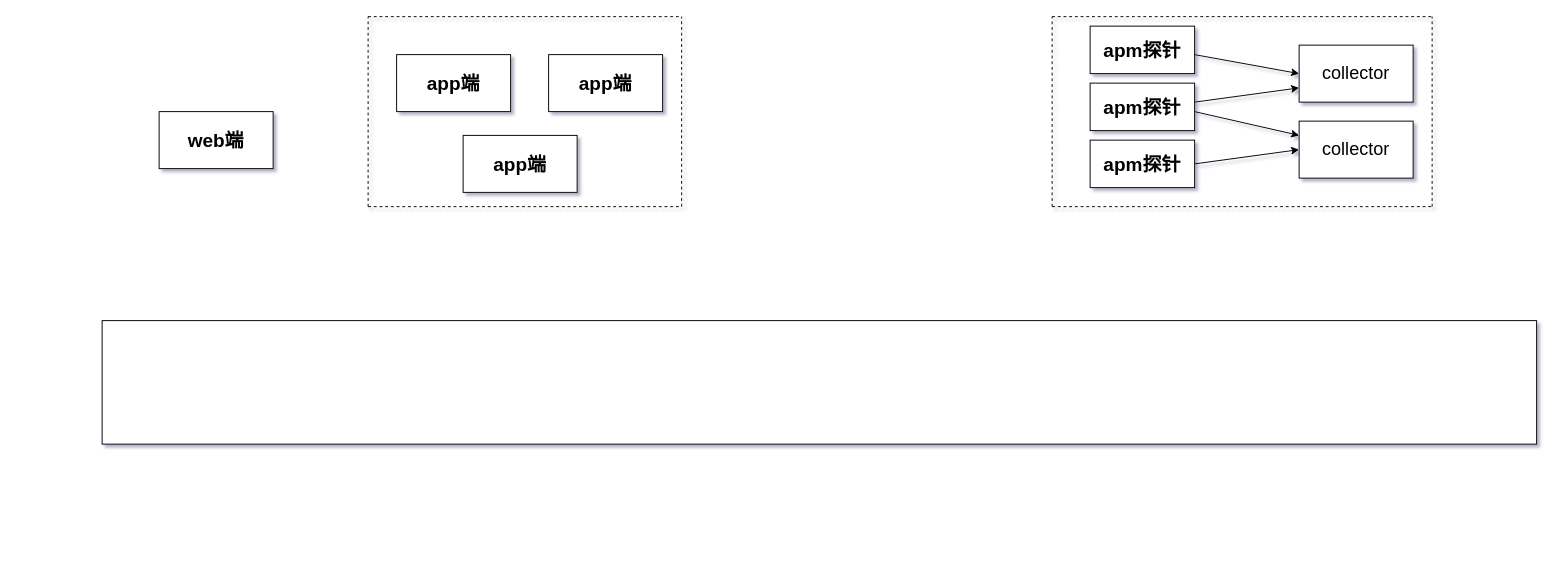
Above: 未命名绘图.drawio in zeng0550/free-programming-books (draw.io), before the change. Source tidied: cells renumbered, new cells numbered last; positions are measured from the earlier drawing's top-left corner, leaving out a move shared by most shapes. Both pictures are drawn from the tidied source at 95%, with x=0, y=0 at pixel (102, 16).
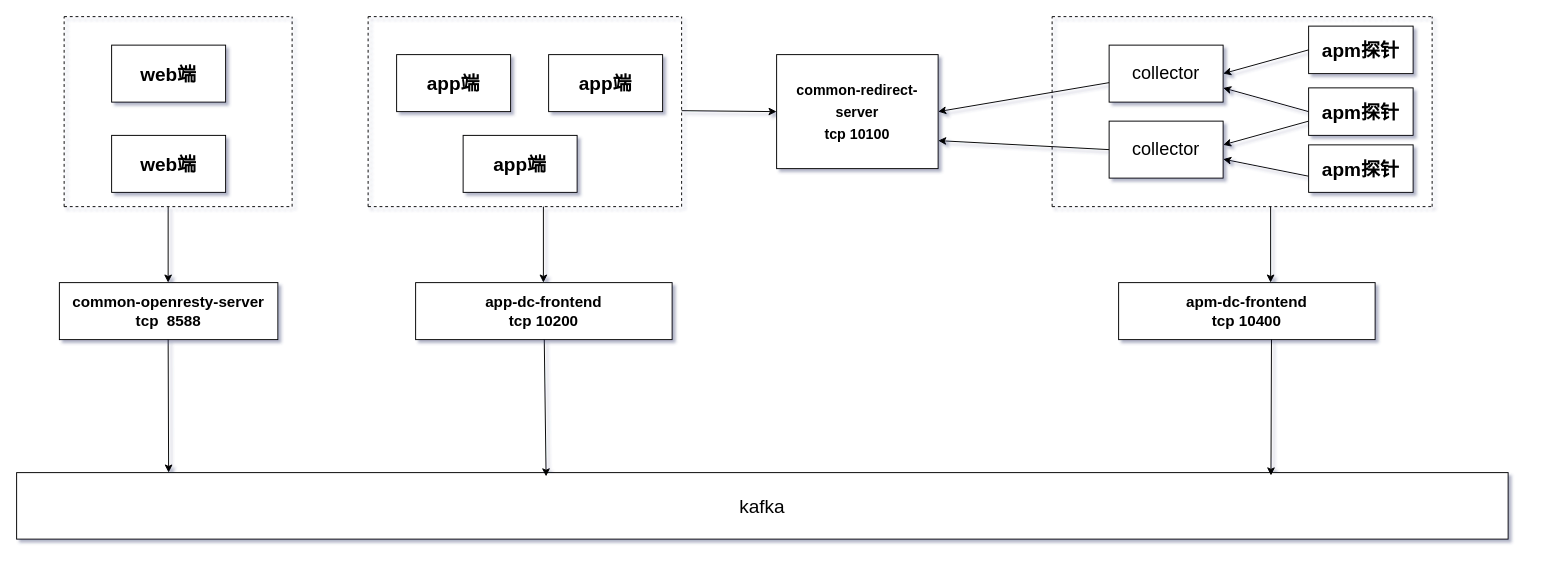
After the change.

Diff of the diagram source:
```diff
@@
     <mxCell id="3" value="&lt;b&gt;web端&lt;/b&gt;" style="rounded=0;whiteSpace=wrap;html=1;fontSize=20;" parent="1" vertex="1">
-      <mxGeometry x="60" y="100" width="120" height="60" as="geometry" />
+      <mxGeometry x="10" y="30" width="120" height="60" as="geometry" />
     </mxCell>
     <mxCell id="4" value="&lt;b&gt;apm探针&lt;/b&gt;" style="rounded=0;whiteSpace=wrap;html=1;fontSize=20;" parent="1" vertex="1">
-      <mxGeometry x="1040" y="10" width="110" height="50" as="geometry" />
+      <mxGeometry x="1270" y="10" width="110" height="50" as="geometry" />
     </mxCell>
-    <mxCell id="5" style="rounded=0;whiteSpace=wrap;html=1;fontSize=20;" parent="1" vertex="1">
-      <mxGeometry y="320" width="1510" height="130" as="geometry" />
+    <mxCell id="5" value="kafka" style="rounded=0;whiteSpace=wrap;html=1;fontSize=20;" parent="1" vertex="1">
+      <mxGeometry x="-90" y="480" width="1570" height="70" as="geometry" />
     </mxCell>
     <mxCell id="6" value="&lt;b&gt;apm探针&lt;/b&gt;" style="rounded=0;whiteSpace=wrap;html=1;fontSize=20;" parent="1" vertex="1">
-      <mxGeometry x="1040" y="70" width="110" height="50" as="geometry" />
+      <mxGeometry x="1270" y="75" width="110" height="50" as="geometry" />
     </mxCell>
     <mxCell id="7" value="&lt;b&gt;apm探针&lt;/b&gt;" style="rounded=0;whiteSpace=wrap;html=1;fontSize=20;" parent="1" vertex="1">
-      <mxGeometry x="1040" y="130" width="110" height="50" as="geometry" />
+      <mxGeometry x="1270" y="135" width="110" height="50" as="geometry" />
     </mxCell>
     <mxCell id="8" value="&lt;font style=&quot;font-size: 19px&quot;&gt;collector&lt;/font&gt;" style="rounded=0;whiteSpace=wrap;html=1;fontSize=13;" parent="1" vertex="1">
-      <mxGeometry x="1260" y="30" width="120" height="60" as="geometry" />
+      <mxGeometry x="1060" y="30" width="120" height="60" as="geometry" />
     </mxCell>
     <mxCell id="9" value="&lt;font style=&quot;font-size: 19px&quot;&gt;collector&lt;/font&gt;" style="rounded=0;whiteSpace=wrap;html=1;fontSize=13;" parent="1" vertex="1">
-      <mxGeometry x="1260" y="110" width="120" height="60" as="geometry" />
+      <mxGeometry x="1060" y="110" width="120" height="60" as="geometry" />
     </mxCell>
-    <mxCell id="10" style="endArrow=classic;html=1;rounded=0;fontSize=19;entryX=0;entryY=0.5;entryDx=0;entryDy=0;" parent="1" edge="1" target="8">
-      <mxGeometry relative="1" as="geometry">
-        <mxPoint x="1150" y="40" as="sourcePoint" />
-      </mxGeometry>
-    </mxCell>
-    <mxCell id="11" style="endArrow=classic;html=1;rounded=0;fontSize=19;entryX=0;entryY=0.5;entryDx=0;entryDy=0;exitX=1;exitY=0.5;exitDx=0;exitDy=0;" parent="1" edge="1" source="7" target="9">
-      <mxGeometry relative="1" as="geometry" />
-    </mxCell>
-    <mxCell id="12" style="endArrow=classic;html=1;rounded=0;fontSize=19;entryX=0;entryY=0.75;entryDx=0;entryDy=0;" parent="1" edge="1" target="8">
-      <mxGeometry relative="1" as="geometry">
-        <mxPoint x="1150" y="90" as="sourcePoint" />
-      </mxGeometry>
-    </mxCell>
-    <mxCell id="13" style="endArrow=classic;html=1;rounded=0;fontSize=19;entryX=0;entryY=0.25;entryDx=0;entryDy=0;" parent="1" edge="1" target="9">
-      <mxGeometry relative="1" as="geometry">
-        <mxPoint x="1150" y="100" as="sourcePoint" />
-      </mxGeometry>
-    </mxCell>
@@
+    <mxCell id="24" style="endArrow=classic;html=1;rounded=0;labelBackgroundColor=#007FFF;fontSize=19;fontColor=#0000CC;exitX=0;exitY=0.5;exitDx=0;exitDy=0;entryX=1;entryY=0.5;entryDx=0;entryDy=0;" parent="1" edge="1" source="4" target="8">
+      <mxGeometry relative="1" as="geometry" />
+    </mxCell>
+    <mxCell id="25" style="endArrow=classic;html=1;rounded=0;labelBackgroundColor=#007FFF;fontSize=19;fontColor=#0000CC;" parent="1" edge="1">
+      <mxGeometry relative="1" as="geometry">
+        <mxPoint x="1270" y="168" as="sourcePoint" />
+        <mxPoint x="1180" y="150" as="targetPoint" />
+      </mxGeometry>
+    </mxCell>
+    <mxCell id="26" style="endArrow=classic;html=1;rounded=0;labelBackgroundColor=#007FFF;fontSize=19;fontColor=#0000CC;entryX=1;entryY=0.5;entryDx=0;entryDy=0;exitX=0;exitY=0.5;exitDx=0;exitDy=0;" parent="1" edge="1" source="6">
+      <mxGeometry relative="1" as="geometry">
+        <mxPoint x="1180" y="75" as="targetPoint" />
+      </mxGeometry>
+    </mxCell>
+    <mxCell id="27" style="endArrow=classic;html=1;rounded=0;labelBackgroundColor=#007FFF;fontSize=19;fontColor=#0000CC;exitX=0;exitY=0.5;exitDx=0;exitDy=0;entryX=1;entryY=0.5;entryDx=0;entryDy=0;" parent="1" edge="1">
+      <mxGeometry relative="1" as="geometry">
+        <mxPoint x="1270" y="110" as="sourcePoint" />
+        <mxPoint x="1180" y="135" as="targetPoint" />
+      </mxGeometry>
+    </mxCell>
+    <mxCell id="28" value="&lt;font color=&quot;#000000&quot; style=&quot;font-size: 15px&quot;&gt;&lt;b&gt;common-redirect-server&lt;br&gt;tcp 10100&lt;/b&gt;&lt;br&gt;&lt;/font&gt;" style="rounded=0;whiteSpace=wrap;html=1;fontSize=19;fontColor=#0000CC;" parent="1" vertex="1">
+      <mxGeometry x="710" y="40" width="170" height="120" as="geometry" />
+    </mxCell>
+    <mxCell id="29" style="endArrow=classic;html=1;rounded=0;labelBackgroundColor=#007FFF;fontSize=15;fontColor=#000000;entryX=1;entryY=0.5;entryDx=0;entryDy=0;" parent="1" edge="1" target="28">
+      <mxGeometry relative="1" as="geometry">
+        <mxPoint x="1060" y="69.5" as="sourcePoint" />
+      </mxGeometry>
+    </mxCell>
+    <mxCell id="30" style="endArrow=classic;html=1;rounded=0;labelBackgroundColor=#007FFF;fontSize=15;fontColor=#000000;entryX=1;entryY=0.5;entryDx=0;entryDy=0;" parent="1" edge="1">
+      <mxGeometry relative="1" as="geometry">
+        <mxPoint x="1060" y="140" as="sourcePoint" />
+        <mxPoint x="880" y="130.5" as="targetPoint" />
+      </mxGeometry>
+    </mxCell>
+    <mxCell id="31" style="endArrow=classic;html=1;rounded=0;labelBackgroundColor=#007FFF;fontSize=15;fontColor=#000000;entryX=0;entryY=0.5;entryDx=0;entryDy=0;" parent="1" edge="1" target="28">
+      <mxGeometry relative="1" as="geometry">
+        <mxPoint x="610" y="99" as="sourcePoint" />
+      </mxGeometry>
+    </mxCell>
+    <mxCell id="32" style="endArrow=none;dashed=1;html=1;rounded=0;fontSize=19;fontColor=#0066CC;" parent="1" edge="1">
+      <mxGeometry relative="1" as="geometry">
+        <mxPoint x="-40" y="200" as="sourcePoint" />
+        <mxPoint x="-40" as="targetPoint" />
+      </mxGeometry>
+    </mxCell>
+    <mxCell id="33" value="&lt;b&gt;web端&lt;/b&gt;" style="rounded=0;whiteSpace=wrap;html=1;fontSize=20;" parent="1" vertex="1">
+      <mxGeometry x="10" y="125" width="120" height="60" as="geometry" />
+    </mxCell>
+    <mxCell id="34" style="endArrow=none;dashed=1;html=1;rounded=0;fontSize=19;fontColor=#0066CC;" parent="1" edge="1">
+      <mxGeometry relative="1" as="geometry">
+        <mxPoint x="200" y="200" as="sourcePoint" />
+        <mxPoint x="200" as="targetPoint" />
+      </mxGeometry>
+    </mxCell>
+    <mxCell id="35" style="endArrow=none;dashed=1;html=1;rounded=0;fontSize=19;fontColor=#0000CC;labelBackgroundColor=#007FFF;" parent="1" edge="1">
+      <mxGeometry relative="1" as="geometry">
+        <mxPoint x="-40" as="sourcePoint" />
+        <mxPoint x="200" as="targetPoint" />
+      </mxGeometry>
+    </mxCell>
+    <mxCell id="36" style="endArrow=none;dashed=1;html=1;rounded=0;fontSize=19;fontColor=#0000CC;labelBackgroundColor=#007FFF;" parent="1" edge="1">
+      <mxGeometry relative="1" as="geometry">
+        <mxPoint x="-40" y="200" as="sourcePoint" />
+        <mxPoint x="200" y="200" as="targetPoint" />
+      </mxGeometry>
+    </mxCell>
+    <mxCell id="37" style="endArrow=classic;html=1;rounded=0;labelBackgroundColor=#007FFF;fontSize=15;fontColor=#000000;" parent="1" edge="1">
+      <mxGeometry relative="1" as="geometry">
+        <mxPoint x="69.5" y="200" as="sourcePoint" />
+        <mxPoint x="69.5" y="280" as="targetPoint" />
+      </mxGeometry>
+    </mxCell>
+    <mxCell id="38" value="&lt;font style=&quot;font-size: 16px&quot;&gt;&lt;b&gt;common-openresty-server&lt;br&gt;tcp&amp;nbsp; 8588&lt;br&gt;&lt;/b&gt;&lt;/font&gt;" style="rounded=0;whiteSpace=wrap;html=1;fontSize=15;fontColor=#000000;" parent="1" vertex="1">
+      <mxGeometry x="-45" y="280" width="230" height="60" as="geometry" />
+    </mxCell>
+    <mxCell id="39" value="&lt;b&gt;app-dc-frontend&lt;br&gt;tcp 10200&lt;/b&gt;" style="rounded=0;whiteSpace=wrap;html=1;fontSize=16;fontColor=#000000;" parent="1" vertex="1">
+      <mxGeometry x="330" y="280" width="270" height="60" as="geometry" />
+    </mxCell>
+    <mxCell id="40" style="endArrow=classic;html=1;rounded=0;labelBackgroundColor=#007FFF;fontSize=15;fontColor=#000000;" parent="1" edge="1">
+      <mxGeometry relative="1" as="geometry">
+        <mxPoint x="464.5" y="200" as="sourcePoint" />
+        <mxPoint x="464.5" y="280" as="targetPoint" />
+      </mxGeometry>
+    </mxCell>
+    <mxCell id="41" value="&lt;b&gt;apm-dc-frontend&lt;br&gt;tcp 10400&lt;/b&gt;" style="rounded=0;whiteSpace=wrap;html=1;fontSize=16;fontColor=#000000;" parent="1" vertex="1">
+      <mxGeometry x="1070" y="280" width="270" height="60" as="geometry" />
+    </mxCell>
+    <mxCell id="42" style="endArrow=classic;html=1;rounded=0;labelBackgroundColor=#007FFF;fontSize=15;fontColor=#000000;" parent="1" edge="1">
+      <mxGeometry relative="1" as="geometry">
+        <mxPoint x="1230" y="200" as="sourcePoint" />
+        <mxPoint x="1230" y="280" as="targetPoint" />
+      </mxGeometry>
+    </mxCell>
+    <mxCell id="43" style="endArrow=classic;html=1;rounded=0;labelBackgroundColor=#007FFF;fontSize=16;fontColor=#000000;" parent="1" edge="1">
+      <mxGeometry relative="1" as="geometry">
+        <mxPoint x="69.5" y="340" as="sourcePoint" />
+        <mxPoint x="70" y="480" as="targetPoint" />
+      </mxGeometry>
+    </mxCell>
+    <mxCell id="44" style="endArrow=classic;html=1;rounded=0;labelBackgroundColor=#007FFF;fontSize=16;fontColor=#000000;entryX=0.355;entryY=0.057;entryDx=0;entryDy=0;entryPerimeter=0;" parent="1" edge="1" target="5">
+      <mxGeometry relative="1" as="geometry">
+        <mxPoint x="465.4" y="340" as="sourcePoint" />
+      </mxGeometry>
+    </mxCell>
+    <mxCell id="45" style="endArrow=classic;html=1;rounded=0;labelBackgroundColor=#007FFF;fontSize=16;fontColor=#000000;entryX=0.841;entryY=0.043;entryDx=0;entryDy=0;entryPerimeter=0;" parent="1" edge="1" target="5">
+      <mxGeometry relative="1" as="geometry">
+        <mxPoint x="1230.9" y="340" as="sourcePoint" />
+      </mxGeometry>
+    </mxCell>
```
